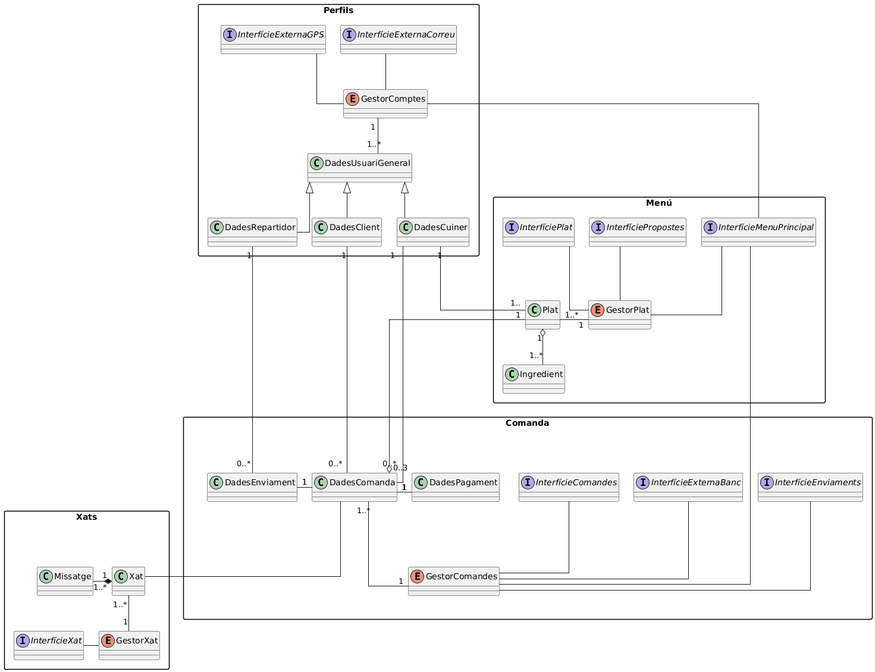
Above: documents/Diagrames i Especificacions/Classes/GENERAL/DC FINAL.png in martipages/ES23UAB431-02 (PlantUML), before the change.
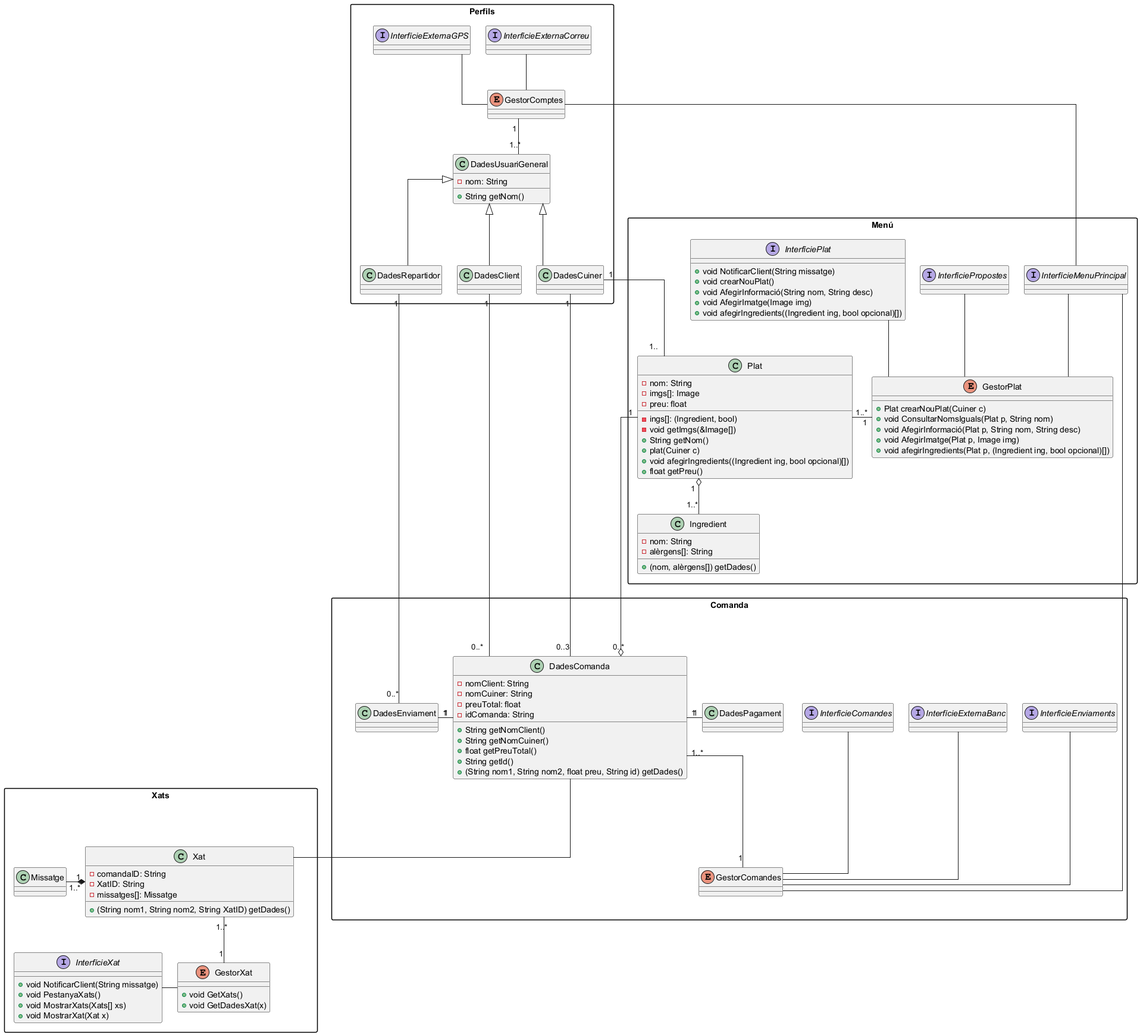
After the commit.

Change to the diagram source:
```diff
@@ -18,9 +18,16 @@
 namespace Perfils{
 enum GestorComptes
 class DadesRepartidor
-class DadesCuiner
+
+class DadesCuiner {
+
+}
+
 class DadesClient
-class DadesUsuariGeneral
+class DadesUsuariGeneral {
+-nom: String
++String getNom()
+}
 interface InterfícieExternaCorreu
 interface InterfícieExternaGPS
 }
@@ -28,7 +35,19 @@
 namespace Comanda {
  package p2 <<Layout>>{
 enum GestorComandes
-class DadesComanda
+
+class DadesComanda {
+-nomClient: String
+-nomCuiner: String
+-preuTotal: float
+-idComanda: String
++String getNomClient()
++String getNomCuiner()
++float getPreuTotal()
++String getId()
++(String nom1, String nom2, float preu, String id) getDades()
+}
+
 class DadesPagament
 class DadesEnviament
 }
@@ -39,22 +58,72 @@
 
 namespace Menú {
 package p4 <<Layout>>{
-enum GestorPlat
+
+enum GestorPlat {
++Plat crearNouPlat(Cuiner c)
++void ConsultarNomsIguals(Plat p, String nom)
++void AfegirInformació(Plat p, String nom, String desc)
++void AfegirImatge(Plat p, Image img)
++void afegirIngredients(Plat p, (Ingredient ing, bool opcional)[])
 }
-class Plat
-class Ingredient
+
+}
+
+class Plat {
+-nom: String
+-imgs[]: Image
+-ings[]: (Ingredient, bool)
+-void getImgs(&Image[])
+-preu: float
++String getNom()
++plat(Cuiner c)
++void afegirIngredients((Ingredient ing, bool opcional)[])
++float getPreu()
+}
+
+class Ingredient {
+-nom: String
+-alèrgens[]: String
++(nom, alèrgens[]) getDades()
+}
+
 interface InterfícieMenuPrincipal
 interface InterfíciePropostes
-interface InterfíciePlat
+
+interface InterfíciePlat {
++void NotificarClient(String missatge)
++void crearNouPlat()
++void AfegirInformació(String nom, String desc)
++void AfegirImatge(Image img)
++void afegirIngredients((Ingredient ing, bool opcional)[])
+}
+
 }
 
 namespace Xats {
  package p1 <<Layout>>{
-class Xat
+class Xat {
+-comandaID: String
+-XatID: String
+-missatges[]: Missatge
++(String nom1, String nom2, String XatID) getDades()
+}
+
 }
 class Missatge
-enum GestorXat
-interface InterfícieXat
+
+enum GestorXat {
++void GetXats()
++void GetDadesXat(x)
+}
+
+interface InterfícieXat {
++void NotificarClient(String missatge)
++void PestanyaXats()
++void MostrarXats(Xats[] xs)
++void MostrarXat(Xat x)
+}
+
 }
 
 InterfícieXat -right- GestorXat
```
